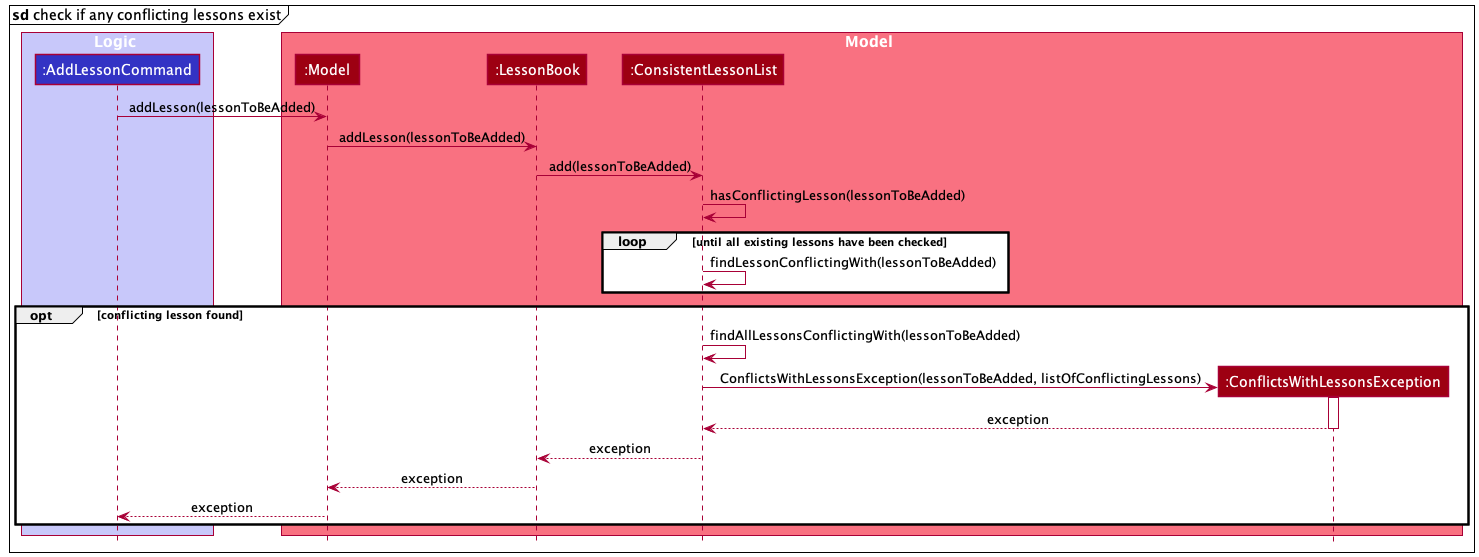
The PlantUML diagram docs/images/AddLessonSequenceDiagram_5.png in nus-cs2103-AY2122S2/tp, before a commit.
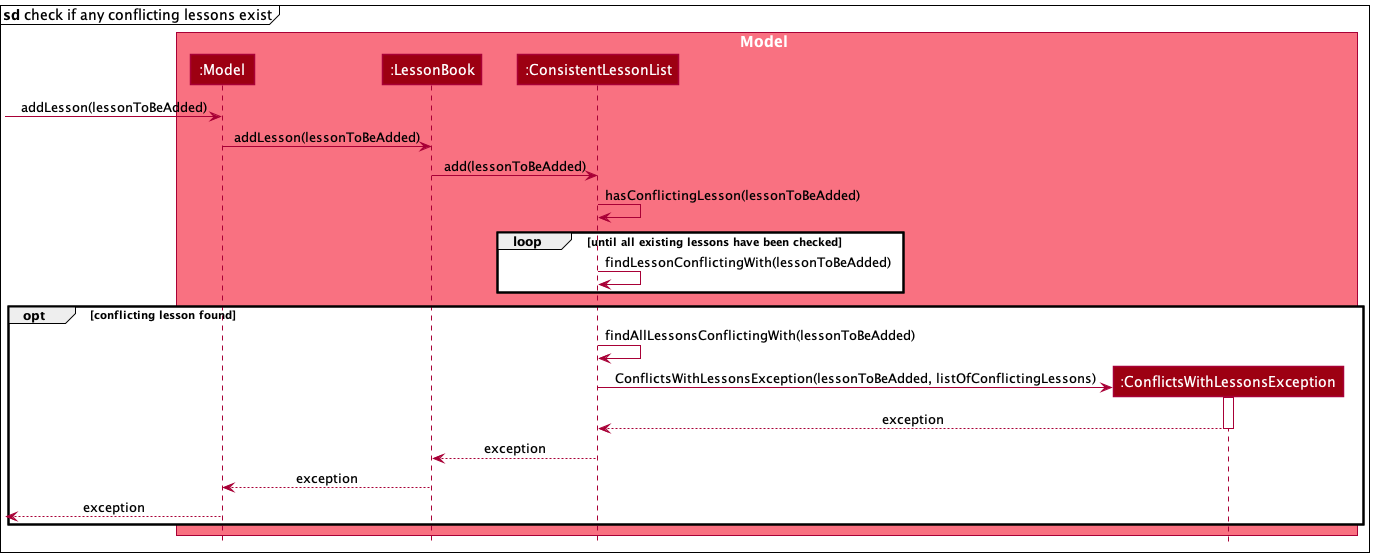
After the change.

Commit message:
Update sequence diagram

The edit, as a diff of the source:
```diff
@@ -2,10 +2,6 @@
 !include style.puml
 
 mainframe **sd** check if any conflicting lessons exist
-
-box Logic LOGIC_COLOR_T1
-participant ":AddLessonCommand" as AddLessonCommand LOGIC_COLOR
-end box
 
 box Model MODEL_COLOR_T1
 participant ":Model" as Model MODEL_COLOR
@@ -14,7 +10,7 @@
 participant ":ConflictsWithLessonsException" as ConflictsWithLessonsException MODEL_COLOR
 end box
 
-AddLessonCommand -> Model : addLesson(lessonToBeAdded)
+[-> Model : addLesson(lessonToBeAdded)
 
 Model -> LessonBook : addLesson(lessonToBeAdded)
 LessonBook -> ConsistentLessonList : add(lessonToBeAdded)
@@ -35,7 +31,7 @@
 
     LessonBook <-- ConsistentLessonList : exception
     Model <-- LessonBook : exception
-    AddLessonCommand <-- Model : exception
+    [<-- Model : exception
 end opt
 
 @enduml
```
